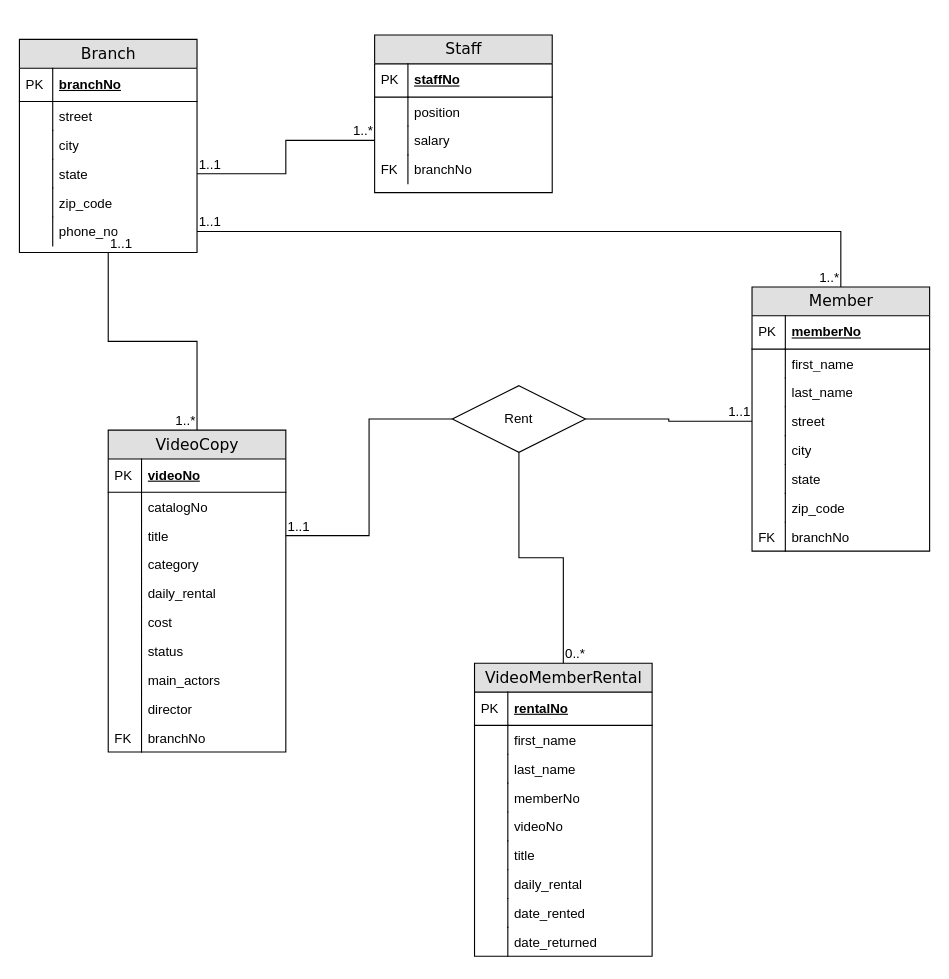
jilv220/UMLs keeps this draw.io diagram as 6623_phase1.drawio. Above is the earlier version. Source tidied: cells renumbered, new cells numbered last; positions are measured from the earlier drawing's top-left corner, leaving out a move shared by most shapes. Both pictures are drawn from the tidied source at 111%, with x=0, y=0 at pixel (19, 34).
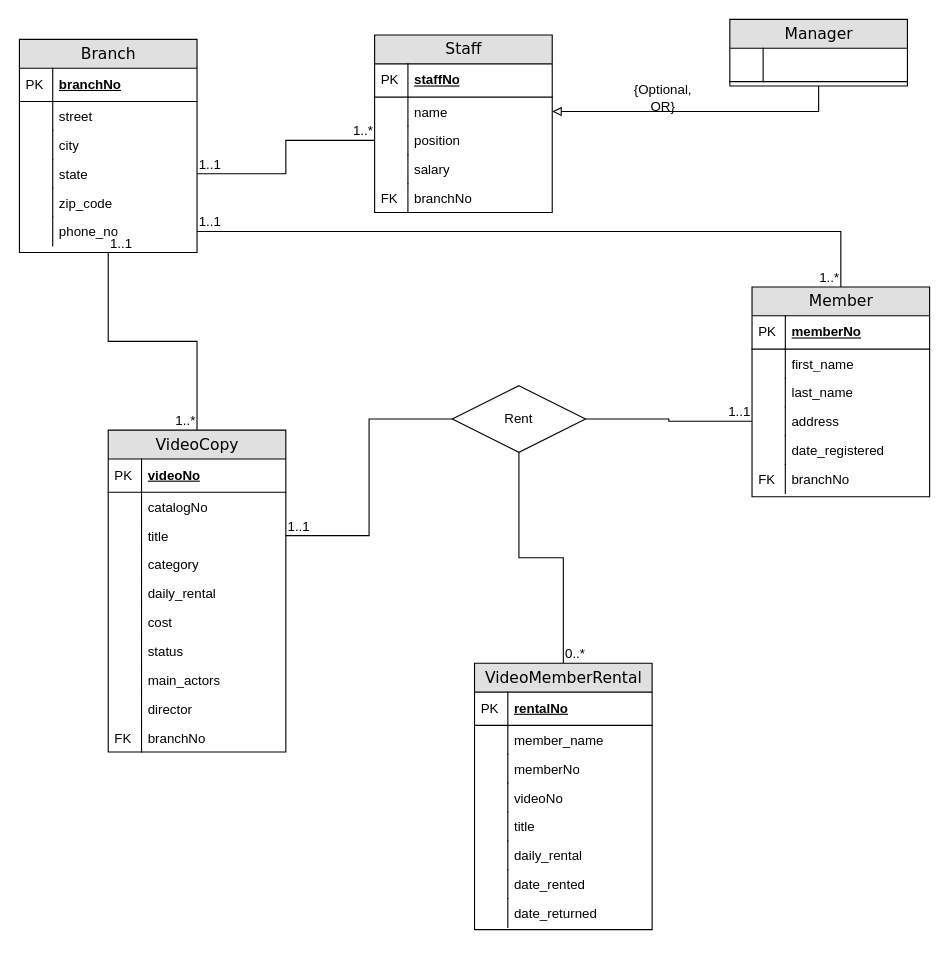
The same diagram, later.

The edit, as a diff of the source:
```diff
@@
     <mxCell id="15" value="Staff" style="swimlane;html=1;fontStyle=0;horizontal=1;startSize=26;fillColor=#e0e0e0;swimlaneFillColor=#ffffff;align=center;rounded=0;shadow=0;comic=0;labelBackgroundColor=none;strokeWidth=1;fontFamily=Verdana;fontSize=14;" parent="1" vertex="1">
-      <mxGeometry x="320" width="160" height="142" as="geometry" />
+      <mxGeometry x="320" width="160" height="160" as="geometry" />
     </mxCell>
@@
-    <mxCell id="18" value="position" style="shape=partialRectangle;top=0;left=0;right=0;bottom=0;html=1;align=left;verticalAlign=top;fillColor=none;spacingLeft=34;spacingRight=4;whiteSpace=wrap;overflow=hidden;points=[[0,0.5],[1,0.5]];portConstraint=eastwest;" parent="15" vertex="1">
+    <mxCell id="18" value="name" style="shape=partialRectangle;top=0;left=0;right=0;bottom=0;html=1;align=left;verticalAlign=top;fillColor=none;spacingLeft=34;spacingRight=4;whiteSpace=wrap;overflow=hidden;points=[[0,0.5],[1,0.5]];portConstraint=eastwest;" parent="15" vertex="1">
       <mxGeometry y="56" width="160" height="26" as="geometry" />
     </mxCell>
@@
-    <mxCell id="20" value="salary" style="shape=partialRectangle;top=0;left=0;right=0;bottom=0;html=1;align=left;verticalAlign=top;fillColor=none;spacingLeft=34;spacingRight=4;whiteSpace=wrap;overflow=hidden;points=[[0,0.5],[1,0.5]];portConstraint=eastwest;" parent="15" vertex="1">
+    <mxCell id="20" value="position" style="shape=partialRectangle;top=0;left=0;right=0;bottom=0;html=1;align=left;verticalAlign=top;fillColor=none;spacingLeft=34;spacingRight=4;whiteSpace=wrap;overflow=hidden;points=[[0,0.5],[1,0.5]];portConstraint=eastwest;" parent="15" vertex="1">
       <mxGeometry y="82" width="160" height="26" as="geometry" />
     </mxCell>
@@
-    <mxCell id="22" value="branchNo" style="shape=partialRectangle;top=0;left=0;right=0;bottom=0;html=1;align=left;verticalAlign=top;fillColor=none;spacingLeft=34;spacingRight=4;whiteSpace=wrap;overflow=hidden;" parent="15" vertex="1">
+    <mxCell id="22" value="salary" style="shape=partialRectangle;top=0;left=0;right=0;bottom=0;html=1;align=left;verticalAlign=top;fillColor=none;spacingLeft=34;spacingRight=4;whiteSpace=wrap;overflow=hidden;" parent="15" vertex="1">
       <mxGeometry y="108" width="160" height="26" as="geometry" />
     </mxCell>
-    <mxCell id="23" value="FK" style="shape=partialRectangle;top=0;left=0;bottom=0;html=1;fillColor=none;align=left;verticalAlign=top;spacingLeft=4;spacingRight=4;whiteSpace=wrap;overflow=hidden;" parent="22" vertex="1">
+    <mxCell id="23" style="shape=partialRectangle;top=0;left=0;bottom=0;html=1;fillColor=none;align=left;verticalAlign=top;spacingLeft=4;spacingRight=4;whiteSpace=wrap;overflow=hidden;" parent="22" vertex="1">
       <mxGeometry width="30" height="26" as="geometry" />
     </mxCell>
+    <mxCell id="98" value="branchNo" style="shape=partialRectangle;top=0;left=0;right=0;bottom=0;html=1;align=left;verticalAlign=top;fillColor=none;spacingLeft=34;spacingRight=4;whiteSpace=wrap;overflow=hidden;" parent="15" vertex="1">
+      <mxGeometry y="134" width="160" height="26" as="geometry" />
+    </mxCell>
+    <mxCell id="99" value="FK" style="shape=partialRectangle;top=0;left=0;bottom=0;html=1;fillColor=none;align=left;verticalAlign=top;spacingLeft=4;spacingRight=4;whiteSpace=wrap;overflow=hidden;" parent="98" vertex="1">
+      <mxGeometry width="30" height="26" as="geometry" />
+    </mxCell>
@@
     <mxCell id="27" value="Member" style="swimlane;html=1;fontStyle=0;horizontal=1;startSize=26;fillColor=#e0e0e0;swimlaneFillColor=#ffffff;align=center;rounded=0;shadow=0;comic=0;labelBackgroundColor=none;strokeWidth=1;fontFamily=Verdana;fontSize=14;" parent="1" vertex="1">
-      <mxGeometry x="660" y="227" width="160" height="238" as="geometry" />
+      <mxGeometry x="660" y="227" width="160" height="189" as="geometry" />
     </mxCell>
@@
-    <mxCell id="34" value="street" style="shape=partialRectangle;top=0;left=0;right=0;bottom=0;html=1;align=left;verticalAlign=top;fillColor=none;spacingLeft=34;spacingRight=4;whiteSpace=wrap;overflow=hidden;points=[[0,0.5],[1,0.5]];portConstraint=eastwest;" parent="27" vertex="1">
+    <mxCell id="34" value="address" style="shape=partialRectangle;top=0;left=0;right=0;bottom=0;html=1;align=left;verticalAlign=top;fillColor=none;spacingLeft=34;spacingRight=4;whiteSpace=wrap;overflow=hidden;points=[[0,0.5],[1,0.5]];portConstraint=eastwest;" parent="27" vertex="1">
       <mxGeometry y="108" width="160" height="26" as="geometry" />
     </mxCell>
@@
-    <mxCell id="36" value="city" style="shape=partialRectangle;top=0;left=0;right=0;bottom=0;html=1;align=left;verticalAlign=top;fillColor=none;spacingLeft=34;spacingRight=4;whiteSpace=wrap;overflow=hidden;" parent="27" vertex="1">
+    <mxCell id="36" value="date_registered" style="shape=partialRectangle;top=0;left=0;right=0;bottom=0;html=1;align=left;verticalAlign=top;fillColor=none;spacingLeft=34;spacingRight=4;whiteSpace=wrap;overflow=hidden;" parent="27" vertex="1">
       <mxGeometry y="134" width="160" height="26" as="geometry" />
     </mxCell>
@@
-    <mxCell id="38" value="state" style="shape=partialRectangle;top=0;left=0;right=0;bottom=0;html=1;align=left;verticalAlign=top;fillColor=none;spacingLeft=34;spacingRight=4;whiteSpace=wrap;overflow=hidden;" parent="27" vertex="1">
-      <mxGeometry y="160" width="160" height="26" as="geometry" />
-    </mxCell>
-    <mxCell id="39" style="shape=partialRectangle;top=0;left=0;bottom=0;html=1;fillColor=none;align=left;verticalAlign=top;spacingLeft=4;spacingRight=4;whiteSpace=wrap;overflow=hidden;" parent="38" vertex="1">
-      <mxGeometry width="30" height="26" as="geometry" />
-    </mxCell>
-    <mxCell id="40" value="zip_code" style="shape=partialRectangle;top=0;left=0;right=0;bottom=0;html=1;align=left;verticalAlign=top;fillColor=none;spacingLeft=34;spacingRight=4;whiteSpace=wrap;overflow=hidden;" parent="27" vertex="1">
-      <mxGeometry y="186" width="160" height="26" as="geometry" />
-    </mxCell>
-    <mxCell id="41" style="shape=partialRectangle;top=0;left=0;bottom=0;html=1;fillColor=none;align=left;verticalAlign=top;spacingLeft=4;spacingRight=4;whiteSpace=wrap;overflow=hidden;" parent="40" vertex="1">
-      <mxGeometry width="30" height="26" as="geometry" />
-    </mxCell>
     <mxCell id="42" value="branchNo" style="shape=partialRectangle;top=0;left=0;right=0;bottom=0;html=1;align=left;verticalAlign=top;fillColor=none;spacingLeft=34;spacingRight=4;whiteSpace=wrap;overflow=hidden;" parent="27" vertex="1">
-      <mxGeometry y="212" width="160" height="26" as="geometry" />
+      <mxGeometry y="160" width="160" height="26" as="geometry" />
     </mxCell>
@@
     <mxCell id="71" value="VideoMemberRental" style="swimlane;html=1;fontStyle=0;horizontal=1;startSize=26;fillColor=#e0e0e0;swimlaneFillColor=#ffffff;align=center;rounded=0;shadow=0;comic=0;labelBackgroundColor=none;strokeWidth=1;fontFamily=Verdana;fontSize=14;" parent="1" vertex="1">
-      <mxGeometry x="410" y="566" width="160" height="264" as="geometry" />
+      <mxGeometry x="410" y="566" width="160" height="240" as="geometry" />
     </mxCell>
@@
-    <mxCell id="74" value="first_name" style="shape=partialRectangle;top=0;left=0;right=0;bottom=0;html=1;align=left;verticalAlign=top;fillColor=none;spacingLeft=34;spacingRight=4;whiteSpace=wrap;overflow=hidden;" parent="71" vertex="1">
+    <mxCell id="74" value="member_name" style="shape=partialRectangle;top=0;left=0;right=0;bottom=0;html=1;align=left;verticalAlign=top;fillColor=none;spacingLeft=34;spacingRight=4;whiteSpace=wrap;overflow=hidden;" parent="71" vertex="1">
       <mxGeometry y="56" width="160" height="26" as="geometry" />
     </mxCell>
@@
-    <mxCell id="76" value="last_name" style="shape=partialRectangle;top=0;left=0;right=0;bottom=0;html=1;align=left;verticalAlign=top;fillColor=none;spacingLeft=34;spacingRight=4;whiteSpace=wrap;overflow=hidden;" parent="71" vertex="1">
-      <mxGeometry y="82" width="160" height="26" as="geometry" />
-    </mxCell>
-    <mxCell id="77" style="shape=partialRectangle;top=0;left=0;bottom=0;html=1;fillColor=none;align=left;verticalAlign=top;spacingLeft=4;spacingRight=4;whiteSpace=wrap;overflow=hidden;" parent="76" vertex="1">
-      <mxGeometry width="30" height="26" as="geometry" />
-    </mxCell>
     <mxCell id="78" value="memberNo" style="shape=partialRectangle;top=0;left=0;right=0;bottom=0;html=1;align=left;verticalAlign=top;fillColor=none;spacingLeft=34;spacingRight=4;whiteSpace=wrap;overflow=hidden;" parent="71" vertex="1">
-      <mxGeometry y="108" width="160" height="26" as="geometry" />
+      <mxGeometry y="82" width="160" height="26" as="geometry" />
     </mxCell>
@@
     <mxCell id="80" value="videoNo" style="shape=partialRectangle;top=0;left=0;right=0;bottom=0;html=1;align=left;verticalAlign=top;fillColor=none;spacingLeft=34;spacingRight=4;whiteSpace=wrap;overflow=hidden;" parent="71" vertex="1">
-      <mxGeometry y="134" width="160" height="26" as="geometry" />
+      <mxGeometry y="108" width="160" height="26" as="geometry" />
     </mxCell>
@@
     <mxCell id="82" value="title" style="shape=partialRectangle;top=0;left=0;right=0;bottom=0;html=1;align=left;verticalAlign=top;fillColor=none;spacingLeft=34;spacingRight=4;whiteSpace=wrap;overflow=hidden;" parent="71" vertex="1">
-      <mxGeometry y="160" width="160" height="26" as="geometry" />
+      <mxGeometry y="134" width="160" height="26" as="geometry" />
     </mxCell>
@@
     <mxCell id="84" value="daily_rental" style="shape=partialRectangle;top=0;left=0;right=0;bottom=0;html=1;align=left;verticalAlign=top;fillColor=none;spacingLeft=34;spacingRight=4;whiteSpace=wrap;overflow=hidden;" parent="71" vertex="1">
-      <mxGeometry y="186" width="160" height="26" as="geometry" />
+      <mxGeometry y="160" width="160" height="26" as="geometry" />
     </mxCell>
@@
     <mxCell id="86" value="date_rented" style="shape=partialRectangle;top=0;left=0;right=0;bottom=0;html=1;align=left;verticalAlign=top;fillColor=none;spacingLeft=34;spacingRight=4;whiteSpace=wrap;overflow=hidden;" parent="71" vertex="1">
-      <mxGeometry y="212" width="160" height="26" as="geometry" />
+      <mxGeometry y="186" width="160" height="26" as="geometry" />
     </mxCell>
@@
     <mxCell id="88" value="date_returned" style="shape=partialRectangle;top=0;left=0;right=0;bottom=0;html=1;align=left;verticalAlign=top;fillColor=none;spacingLeft=34;spacingRight=4;whiteSpace=wrap;overflow=hidden;" parent="71" vertex="1">
-      <mxGeometry y="238" width="160" height="26" as="geometry" />
+      <mxGeometry y="212" width="160" height="26" as="geometry" />
     </mxCell>
@@
+    <mxCell id="100" value="Manager" style="swimlane;html=1;fontStyle=0;horizontal=1;startSize=26;fillColor=#e0e0e0;swimlaneFillColor=#ffffff;align=center;rounded=0;shadow=0;comic=0;labelBackgroundColor=none;strokeWidth=1;fontFamily=Verdana;fontSize=14;" parent="1" vertex="1">
+      <mxGeometry x="640" y="-14" width="160" height="60" as="geometry" />
+    </mxCell>
+    <mxCell id="101" style="shape=partialRectangle;top=0;left=0;right=0;bottom=1;html=1;align=left;verticalAlign=middle;fillColor=none;spacingLeft=34;spacingRight=4;whiteSpace=wrap;overflow=hidden;fontStyle=5;" parent="100" vertex="1">
+      <mxGeometry y="26" width="160" height="30" as="geometry" />
+    </mxCell>
+    <mxCell id="102" style="shape=partialRectangle;top=0;left=0;bottom=0;html=1;fillColor=none;align=left;verticalAlign=middle;spacingLeft=4;spacingRight=4;whiteSpace=wrap;overflow=hidden;" parent="101" vertex="1">
+      <mxGeometry width="30" height="30" as="geometry" />
+    </mxCell>
+    <mxCell id="103" style="group;" parent="1" vertex="1">
+      <mxGeometry x="550" y="42" width="60" height="30" as="geometry" />
+    </mxCell>
+    <mxCell id="104" style="endArrow=none;html=1;rounded=0;exitX=1;exitY=0.5;exitDx=0;exitDy=0;entryX=0.5;entryY=1;entryDx=0;entryDy=0;edgeStyle=orthogonalEdgeStyle;startArrow=block;startFill=0;" parent="103" edge="1" source="18" target="100">
+      <mxGeometry relative="1" as="geometry" />
+    </mxCell>
+    <mxCell id="105" style="html=1;whiteSpace=wrap;align=left;verticalAlign=bottom;" parent="104" vertex="1">
+      <mxGeometry x="-1" relative="1" as="geometry" />
+    </mxCell>
+    <mxCell id="106" style="html=1;whiteSpace=wrap;align=right;verticalAlign=bottom;" parent="104" vertex="1">
+      <mxGeometry x="1" relative="1" as="geometry" />
+    </mxCell>
+    <mxCell id="107" value="{Optional, OR}" style="text;html=1;strokeColor=none;fillColor=none;align=center;verticalAlign=middle;whiteSpace=wrap;rounded=0;" parent="103" vertex="1">
+      <mxGeometry width="60" height="30" as="geometry" />
+    </mxCell>
```
